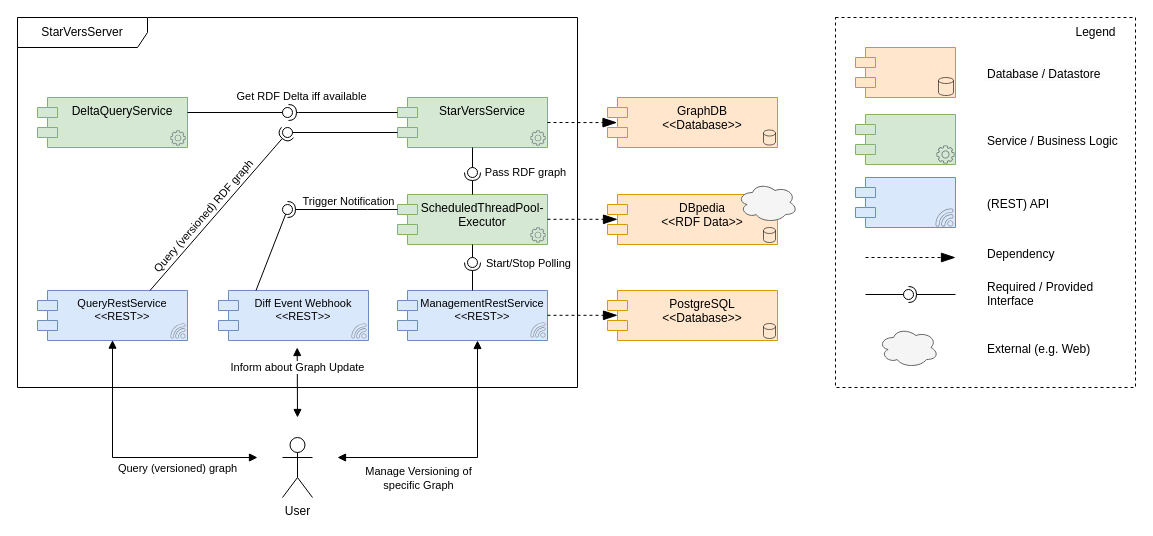
Earlier version of the draw.io diagram assets/ComponentDiagram.drawio (GreenfishK/starvers). Source tidied: cells renumbered, new cells numbered last; positions are measured from the earlier drawing's top-left corner, leaving out a move shared by most shapes. Both pictures are drawn from the tidied source at 100%, with x=0, y=0 at pixel (17, 17).
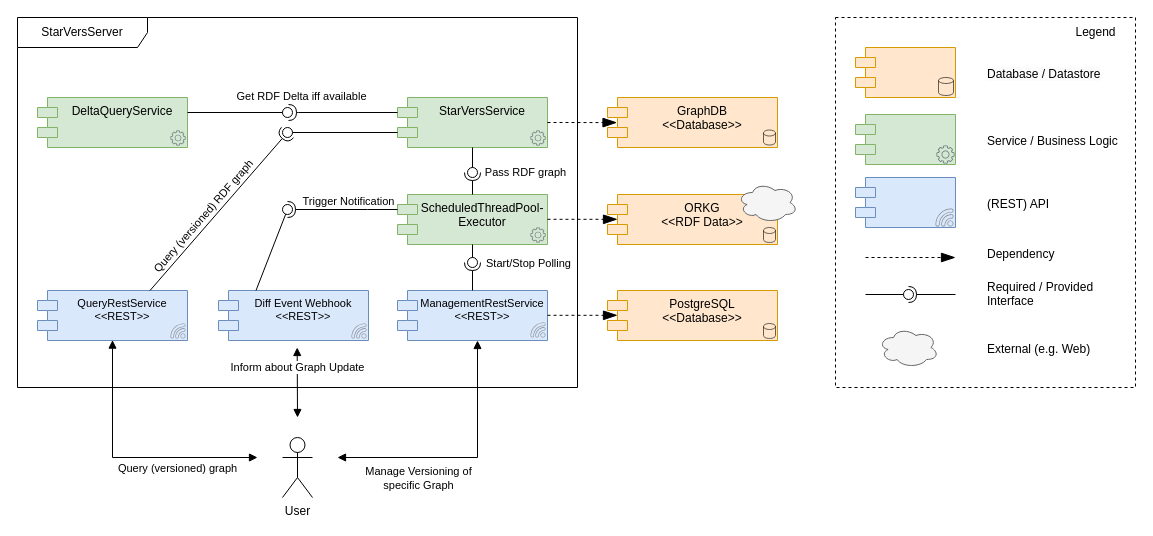
After the change.

The edit, as a diff of the source:
```diff
@@
-    <mxCell id="11" value="DBpedia&lt;br&gt;&amp;lt;&amp;lt;RDF Data&lt;span style=&quot;background-color: initial;&quot;&gt;&amp;gt;&amp;gt;&lt;/span&gt;" style="shape=module;align=left;spacingLeft=20;align=center;verticalAlign=top;whiteSpace=wrap;html=1;fillColor=#ffe6cc;strokeColor=#d79b00;" parent="1" vertex="1">
+    <mxCell id="11" value="ORKG&lt;br&gt;&amp;lt;&amp;lt;RDF Data&lt;span style=&quot;background-color: initial;&quot;&gt;&amp;gt;&amp;gt;&lt;/span&gt;" style="shape=module;align=left;spacingLeft=20;align=center;verticalAlign=top;whiteSpace=wrap;html=1;fillColor=#ffe6cc;strokeColor=#d79b00;" parent="1" vertex="1">
       <mxGeometry x="590" y="177" width="170" height="50" as="geometry" />
     </mxCell>
```
